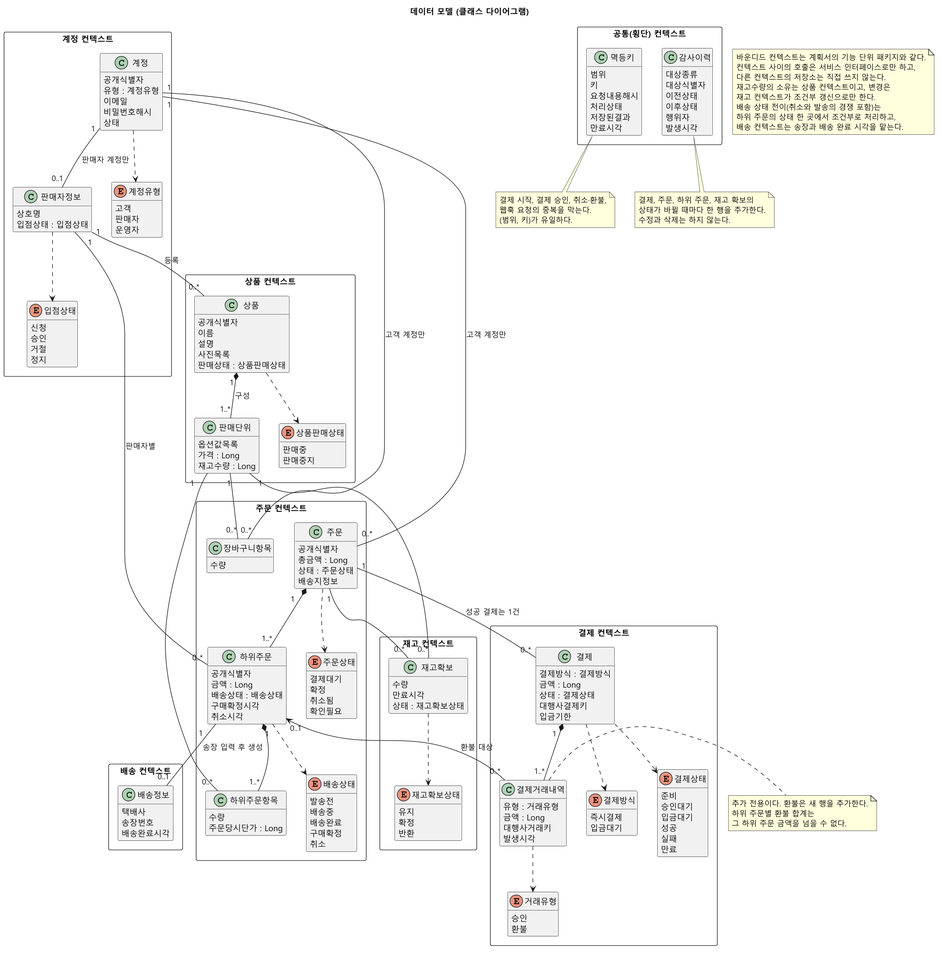
This is specs/001-multiseller-commerce-core/diagrams/data-model-class.png from parknahyun/shopflow, a PlantUML export, as it was before one commit.
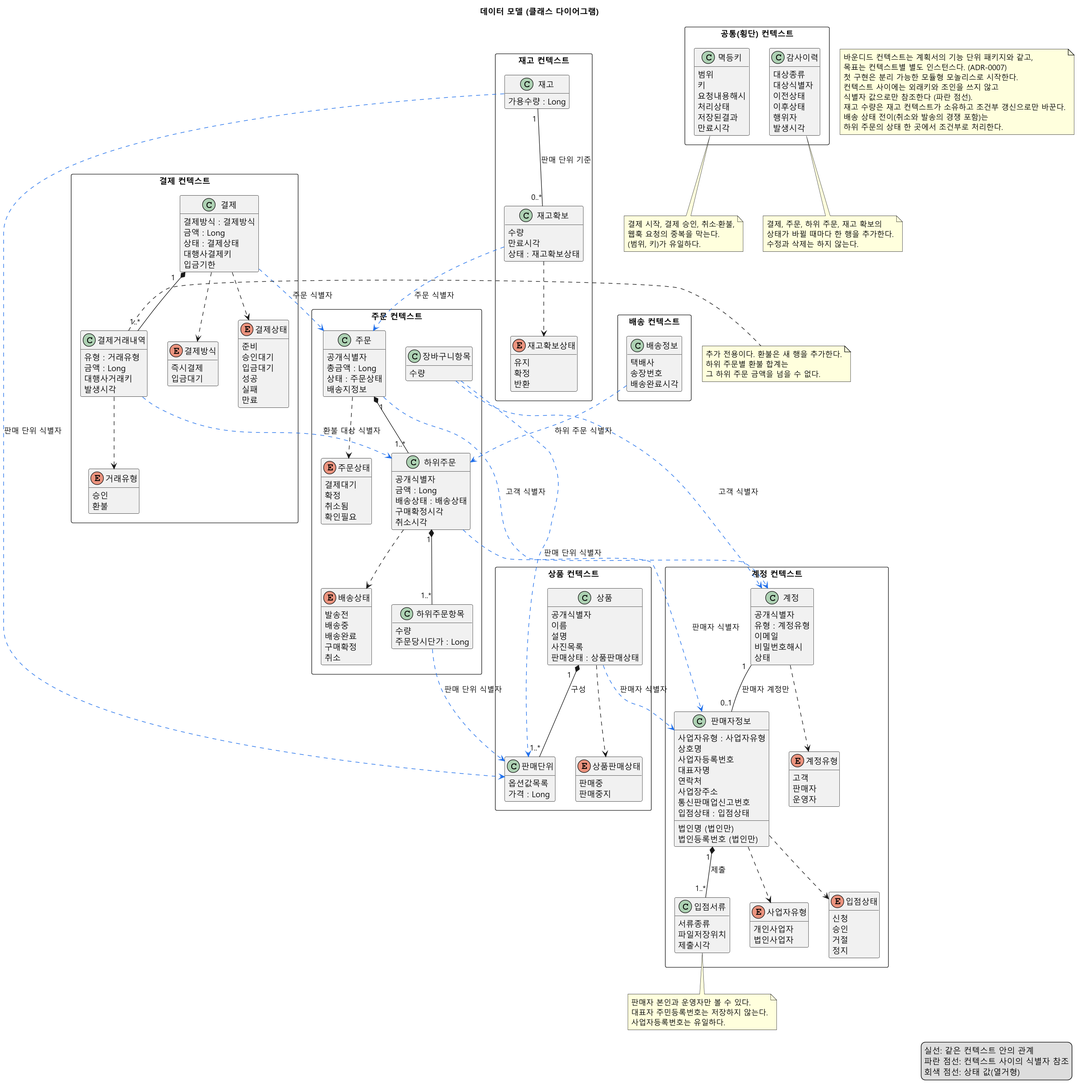
Above is the later version.

Commit message:
docs: 판매자 정보 구체화, 재고 소유 이동, 컨텍스트 간 식별자 참조 규칙 반영

The edit, as a diff of the source:
```diff
@@ -7,164 +7,179 @@
 skinparam classAttributeIconSize 0
 hide empty methods
 
-
-
-
-
-
 rectangle "계정 컨텍스트" {
-    class 계정 {
-      공개식별자
-      유형 : 계정유형
-      이메일
-      비밀번호해시
-      상태
-    }
-    class 판매자정보 {
-      상호명
-      입점상태 : 입점상태
-    }
-    enum 계정유형 {
-      고객
-      판매자
-      운영자
-    }
-    enum 입점상태 {
-      신청
-      승인
-      거절
-      정지
-    }
+  class 계정 {
+    공개식별자
+    유형 : 계정유형
+    이메일
+    비밀번호해시
+    상태
+  }
+  class 판매자정보 {
+    사업자유형 : 사업자유형
+    상호명
+    사업자등록번호
+    대표자명
+    연락처
+    사업장주소
+    통신판매업신고번호
+    법인명 (법인만)
+    법인등록번호 (법인만)
+    입점상태 : 입점상태
+  }
+  class 입점서류 {
+    서류종류
+    파일저장위치
+    제출시각
+  }
+  enum 계정유형 {
+    고객
+    판매자
+    운영자
+  }
+  enum 사업자유형 {
+    개인사업자
+    법인사업자
+  }
+  enum 입점상태 {
+    신청
+    승인
+    거절
+    정지
+  }
 }
 
 rectangle "상품 컨텍스트" {
-    class 상품 {
-      공개식별자
-      이름
-      설명
-      사진목록
-      판매상태 : 상품판매상태
-    }
-    class 판매단위 {
-      옵션값목록
-      가격 : Long
-      재고수량 : Long
-    }
-    enum 상품판매상태 {
-      판매중
-      판매중지
-    }
+  class 상품 {
+    공개식별자
+    이름
+    설명
+    사진목록
+    판매상태 : 상품판매상태
+  }
+  class 판매단위 {
+    옵션값목록
+    가격 : Long
+  }
+  enum 상품판매상태 {
+    판매중
+    판매중지
+  }
 }
 
 rectangle "재고 컨텍스트" {
-    class 재고확보 {
-      수량
-      만료시각
-      상태 : 재고확보상태
-    }
-    enum 재고확보상태 {
-      유지
-      확정
-      반환
-    }
+  class 재고 {
+    가용수량 : Long
+  }
+  class 재고확보 {
+    수량
+    만료시각
+    상태 : 재고확보상태
+  }
+  enum 재고확보상태 {
+    유지
+    확정
+    반환
+  }
 }
 
 rectangle "주문 컨텍스트" {
-    class 장바구니항목 {
-      수량
-    }
-    class 주문 {
-      공개식별자
-      총금액 : Long
-      상태 : 주문상태
-      배송지정보
-    }
-    class 하위주문 {
-      공개식별자
-      금액 : Long
-      배송상태 : 배송상태
-      구매확정시각
-      취소시각
-    }
-    class 하위주문항목 {
-      수량
-      주문당시단가 : Long
-    }
-    enum 주문상태 {
-      결제대기
-      확정
-      취소됨
-      확인필요
-    }
-    enum 배송상태 {
-      발송전
-      배송중
-      배송완료
-      구매확정
-      취소
-    }
+  class 장바구니항목 {
+    수량
+  }
+  class 주문 {
+    공개식별자
+    총금액 : Long
+    상태 : 주문상태
+    배송지정보
+  }
+  class 하위주문 {
+    공개식별자
+    금액 : Long
+    배송상태 : 배송상태
+    구매확정시각
+    취소시각
+  }
+  class 하위주문항목 {
+    수량
+    주문당시단가 : Long
+  }
+  enum 주문상태 {
+    결제대기
+    확정
+    취소됨
+    확인필요
+  }
+  enum 배송상태 {
+    발송전
+    배송중
+    배송완료
+    구매확정
+    취소
+  }
 }
 
 rectangle "배송 컨텍스트" {
-    class 배송정보 {
-      택배사
-      송장번호
-      배송완료시각
-    }
+  class 배송정보 {
+    택배사
+    송장번호
+    배송완료시각
+  }
 }
+
 rectangle "결제 컨텍스트" {
-    class 결제 {
-      결제방식 : 결제방식
-      금액 : Long
-      상태 : 결제상태
-      대행사결제키
-      입금기한
-    }
-    class 결제거래내역 {
-      유형 : 거래유형
-      금액 : Long
-      대행사거래키
-      발생시각
-    }
-    enum 결제방식 {
-      즉시결제
-      입금대기
-    }
-    enum 결제상태 {
-      준비
-      승인대기
-      입금대기
-      성공
-      실패
-      만료
-    }
-    enum 거래유형 {
-      승인
-      환불
-    }
+  class 결제 {
+    결제방식 : 결제방식
+    금액 : Long
+    상태 : 결제상태
+    대행사결제키
+    입금기한
+  }
+  class 결제거래내역 {
+    유형 : 거래유형
+    금액 : Long
+    대행사거래키
+    발생시각
+  }
+  enum 결제방식 {
+    즉시결제
+    입금대기
+  }
+  enum 결제상태 {
+    준비
+    승인대기
+    입금대기
+    성공
+    실패
+    만료
+  }
+  enum 거래유형 {
+    승인
+    환불
+  }
 }
 
 rectangle "공통(횡단) 컨텍스트" {
-    class 멱등키 {
-      범위
-      키
-      요청내용해시
-      처리상태
-      저장된결과
-      만료시각
-    }
-    class 감사이력 {
-      대상종류
-      대상식별자
-      이전상태
-      이후상태
-      행위자
-      발생시각
-    }
+  class 멱등키 {
+    범위
+    키
+    요청내용해시
+    처리상태
+    저장된결과
+    만료시각
+  }
+  class 감사이력 {
+    대상종류
+    대상식별자
+    이전상태
+    이후상태
+    행위자
+    발생시각
+  }
 }
 
-
 계정 ..> 계정유형
+판매자정보 ..> 사업자유형
 판매자정보 ..> 입점상태
 상품 ..> 상품판매상태
 주문 ..> 주문상태
@@ -175,21 +190,30 @@
 결제거래내역 ..> 거래유형
 
 계정 "1" -- "0..1" 판매자정보 : 판매자 계정만
-판매자정보 "1" -- "0..*" 상품 : 등록
+판매자정보 "1" *-- "1..*" 입점서류 : 제출
 상품 "1" *-- "1..*" 판매단위 : 구성
-계정 "1" -- "0..*" 장바구니항목 : 고객 계정만
-판매단위 "1" -- "0..*" 장바구니항목
-계정 "1" -- "0..*" 주문 : 고객 계정만
 주문 "1" *-- "1..*" 하위주문
-하위주문 "1" -- "0..1" 배송정보 : 송장 입력 후 생성
-판매자정보 "1" -- "0..*" 하위주문 : 판매자별
 하위주문 "1" *-- "1..*" 하위주문항목
-판매단위 "1" -- "0..*" 하위주문항목
-주문 "1" -- "0..*" 재고확보
-판매단위 "1" -- "0..*" 재고확보
-주문 "1" -- "0..*" 결제 : 성공 결제는 1건
+재고 "1" -- "0..*" 재고확보 : 판매 단위 기준
 결제 "1" *-- "1..*" 결제거래내역
-하위주문 "0..1" <-- "0..*" 결제거래내역 : 환불 대상
+
+상품 -[#1f6feb,dashed]-> 판매자정보 : 판매자 식별자
+장바구니항목 -[#1f6feb,dashed]-> 계정 : 고객 식별자
+장바구니항목 -[#1f6feb,dashed]-> 판매단위 : 판매 단위 식별자
+주문 -[#1f6feb,dashed]-> 계정 : 고객 식별자
+하위주문 -[#1f6feb,dashed]-> 판매자정보 : 판매자 식별자
+하위주문항목 -[#1f6feb,dashed]-> 판매단위 : 판매 단위 식별자
+재고 -[#1f6feb,dashed]-> 판매단위 : 판매 단위 식별자
+재고확보 -[#1f6feb,dashed]-> 주문 : 주문 식별자
+배송정보 -[#1f6feb,dashed]-> 하위주문 : 하위 주문 식별자
+결제 -[#1f6feb,dashed]-> 주문 : 주문 식별자
+결제거래내역 -[#1f6feb,dashed]-> 하위주문 : 환불 대상 식별자
+
+note bottom of 입점서류
+  판매자 본인과 운영자만 볼 수 있다.
+  대표자 주민등록번호는 저장하지 않는다.
+  사업자등록번호는 유일하다.
+end note
 
 note bottom of 멱등키
   결제 시작, 결제 승인, 취소·환불,
@@ -210,13 +234,19 @@
 end note
 
 note as N_Context
-  바운디드 컨텍스트는 계획서의 기능 단위 패키지와 같다.
-  컨텍스트 사이의 호출은 서비스 인터페이스로만 하고,
-  다른 컨텍스트의 저장소는 직접 쓰지 않는다.
-  재고수량의 소유는 상품 컨텍스트이고, 변경은
-  재고 컨텍스트가 조건부 갱신으로만 한다.
+  바운디드 컨텍스트는 계획서의 기능 단위 패키지와 같고,
+  목표는 컨텍스트별 별도 인스턴스다. (ADR-0007)
+  첫 구현은 분리 가능한 모듈형 모놀리스로 시작한다.
+  컨텍스트 사이에는 외래키와 조인을 쓰지 않고
+  식별자 값으로만 참조한다 (파란 점선).
+  재고 수량은 재고 컨텍스트가 소유하고 조건부 갱신으로만 바꾼다.
   배송 상태 전이(취소와 발송의 경쟁 포함)는
-  하위 주문의 상태 한 곳에서 조건부로 처리하고,
-  배송 컨텍스트는 송장과 배송 완료 시각을 맡는다.
+  하위 주문의 상태 한 곳에서 조건부로 처리한다.
 end note
+
+legend right
+  실선: 같은 컨텍스트 안의 관계
+  파란 점선: 컨텍스트 사이의 식별자 참조
+  회색 점선: 상태 값(열거형)
+endlegend
 @enduml
```
